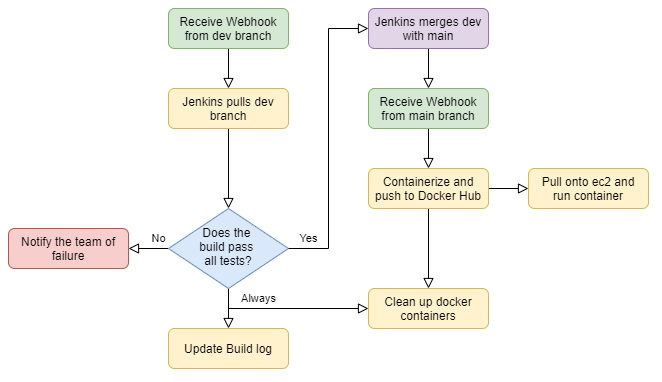
SaCut/eng84_final_CICD keeps this draw.io diagram as images/pipeline.png. Above is the earlier version. Source tidied: cells renumbered, new cells last; positions are measured from the earlier drawing's top-left corner, leaving out a move shared by most shapes. The source it was exported from:
```xml
<mxGraphModel>
  <root>
    <mxCell id="0" />
    <mxCell id="1" parent="0" />
    <mxCell id="2" value="No" style="edgeStyle=orthogonalEdgeStyle;rounded=0;html=1;jettySize=auto;fontSize=11;endArrow=block;endFill=0;endSize=8;strokeWidth=1;shadow=0;labelBackgroundColor=none;" parent="1" edge="1" source="5" target="6">
      <mxGeometry x="-0.5" y="-10" relative="1" as="geometry" />
    </mxCell>
    <mxCell id="3" value="Always" style="edgeStyle=orthogonalEdgeStyle;rounded=0;jettySize=auto;html=1;exitX=0.5;exitY=1;exitDx=0;exitDy=0;entryX=0;entryY=0.5;entryDx=0;entryDy=0;endArrow=block;endFill=0;endSize=8;" parent="1" edge="1" source="5" target="12">
      <mxGeometry x="-0.38" y="10" relative="1" as="geometry" />
    </mxCell>
    <mxCell id="4" style="edgeStyle=orthogonalEdgeStyle;rounded=0;jettySize=auto;html=1;exitX=0.5;exitY=1;exitDx=0;exitDy=0;entryX=0.5;entryY=0;entryDx=0;entryDy=0;endArrow=block;endFill=0;endSize=8;" parent="1" edge="1" source="5" target="21">
      <mxGeometry relative="1" as="geometry" />
    </mxCell>
    <mxCell id="5" value="Does the &lt;br&gt;build pass &lt;br&gt;all tests?" style="rhombus;whiteSpace=wrap;html=1;shadow=0;fontFamily=Helvetica;fontSize=12;align=center;strokeWidth=1;spacing=6;spacingTop=-4;fillColor=#dae8fc;strokeColor=#6c8ebf;" parent="1" vertex="1">
      <mxGeometry x="160" y="200" width="120" height="80" as="geometry" />
    </mxCell>
    <mxCell id="6" value="Notify the team of failure" style="rounded=1;whiteSpace=wrap;html=1;fontSize=12;glass=0;strokeWidth=1;shadow=0;fillColor=#f8cecc;strokeColor=#b85450;" parent="1" vertex="1">
      <mxGeometry y="220" width="120" height="40" as="geometry" />
    </mxCell>
    <mxCell id="7" value="Pull onto ec2 and&lt;br&gt;run container" style="rounded=1;whiteSpace=wrap;html=1;fontSize=12;glass=0;strokeWidth=1;shadow=0;fillColor=#fff2cc;strokeColor=#d6b656;" parent="1" vertex="1">
      <mxGeometry x="520" y="160" width="120" height="40" as="geometry" />
    </mxCell>
    <mxCell id="8" style="edgeStyle=orthogonalEdgeStyle;rounded=0;jettySize=auto;html=1;exitX=0.5;exitY=1;exitDx=0;exitDy=0;entryX=0.5;entryY=0;entryDx=0;entryDy=0;endSize=8;endArrow=block;endFill=0;" parent="1" edge="1" source="9" target="11">
      <mxGeometry relative="1" as="geometry" />
    </mxCell>
    <mxCell id="9" value="Receive Webhook from dev branch" style="rounded=1;whiteSpace=wrap;html=1;fontSize=12;glass=0;strokeWidth=1;shadow=0;fillColor=#d5e8d4;strokeColor=#82b366;" parent="1" vertex="1">
      <mxGeometry x="160" width="120" height="40" as="geometry" />
    </mxCell>
    <mxCell id="10" style="edgeStyle=orthogonalEdgeStyle;rounded=0;jettySize=auto;html=1;exitX=0.5;exitY=1;exitDx=0;exitDy=0;endArrow=block;endFill=0;endSize=8;" parent="1" edge="1" source="11" target="5">
      <mxGeometry relative="1" as="geometry" />
    </mxCell>
    <mxCell id="11" value="Jenkins pulls dev branch" style="rounded=1;whiteSpace=wrap;html=1;fontSize=12;glass=0;strokeWidth=1;shadow=0;fillColor=#fff2cc;strokeColor=#d6b656;" parent="1" vertex="1">
      <mxGeometry x="160" y="80" width="120" height="40" as="geometry" />
    </mxCell>
    <mxCell id="12" value="Clean up docker containers" style="rounded=1;whiteSpace=wrap;html=1;fontSize=12;glass=0;strokeWidth=1;shadow=0;fillColor=#fff2cc;strokeColor=#d6b656;" parent="1" vertex="1">
      <mxGeometry x="360" y="280" width="120" height="40" as="geometry" />
    </mxCell>
    <mxCell id="13" style="edgeStyle=orthogonalEdgeStyle;rounded=0;jettySize=auto;html=1;exitX=0.5;exitY=1;exitDx=0;exitDy=0;entryX=0.5;entryY=0;entryDx=0;entryDy=0;endArrow=block;endFill=0;endSize=8;" parent="1" edge="1" source="14" target="17">
      <mxGeometry relative="1" as="geometry" />
    </mxCell>
    <mxCell id="14" value="Jenkins merges dev with main" style="rounded=1;whiteSpace=wrap;html=1;fontSize=12;glass=0;strokeWidth=1;shadow=0;fillColor=#e1d5e7;strokeColor=#9673a6;" parent="1" vertex="1">
      <mxGeometry x="360" width="120" height="40" as="geometry" />
    </mxCell>
    <mxCell id="15" value="Yes" style="edgeStyle=orthogonalEdgeStyle;rounded=0;html=1;jettySize=auto;fontSize=11;endArrow=block;endFill=0;endSize=8;strokeWidth=1;shadow=0;labelBackgroundColor=none;exitX=1;exitY=0.5;exitDx=0;exitDy=0;entryX=0;entryY=0.5;entryDx=0;entryDy=0;" parent="1" edge="1" source="5" target="14">
      <mxGeometry x="-0.87" y="10" relative="1" as="geometry" />
    </mxCell>
    <mxCell id="16" style="edgeStyle=orthogonalEdgeStyle;rounded=0;jettySize=auto;html=1;exitX=0.5;exitY=1;exitDx=0;exitDy=0;entryX=0.5;entryY=0;entryDx=0;entryDy=0;endArrow=block;endFill=0;endSize=8;" parent="1" edge="1" source="17" target="20">
      <mxGeometry relative="1" as="geometry" />
    </mxCell>
    <mxCell id="17" value="Receive Webhook from main&amp;nbsp;branch" style="rounded=1;whiteSpace=wrap;html=1;fontSize=12;glass=0;strokeWidth=1;shadow=0;fillColor=#d5e8d4;strokeColor=#82b366;" parent="1" vertex="1">
      <mxGeometry x="360" y="80" width="120" height="40" as="geometry" />
    </mxCell>
    <mxCell id="18" style="edgeStyle=orthogonalEdgeStyle;rounded=0;jettySize=auto;html=1;exitX=1;exitY=0.5;exitDx=0;exitDy=0;endArrow=block;endFill=0;endSize=8;entryX=0;entryY=0.5;entryDx=0;entryDy=0;" parent="1" edge="1" source="20" target="7">
      <mxGeometry relative="1" as="geometry" />
    </mxCell>
    <mxCell id="19" style="edgeStyle=orthogonalEdgeStyle;rounded=0;jettySize=auto;html=1;exitX=0.5;exitY=1;exitDx=0;exitDy=0;entryX=0.5;entryY=0;entryDx=0;entryDy=0;endArrow=block;endFill=0;endSize=8;" parent="1" edge="1" source="20" target="12">
      <mxGeometry relative="1" as="geometry" />
    </mxCell>
    <mxCell id="20" value="Containerize and push to Docker Hub" style="rounded=1;whiteSpace=wrap;html=1;fontSize=12;glass=0;strokeWidth=1;shadow=0;fillColor=#fff2cc;strokeColor=#d6b656;" parent="1" vertex="1">
      <mxGeometry x="360" y="160" width="120" height="40" as="geometry" />
    </mxCell>
    <mxCell id="21" value="Update Build log" style="rounded=1;whiteSpace=wrap;html=1;fontSize=12;glass=0;strokeWidth=1;shadow=0;fillColor=#fff2cc;strokeColor=#d6b656;" parent="1" vertex="1">
      <mxGeometry x="160" y="320" width="120" height="40" as="geometry" />
    </mxCell>
  </root>
</mxGraphModel>
```
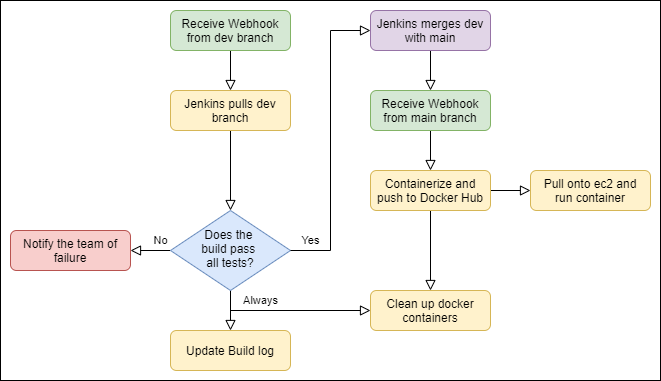
The same file after the commit.

The edit, as a diff of the source:
```diff
@@ -2,6 +2,9 @@
   <root>
     <mxCell id="0" />
     <mxCell id="1" parent="0" />
+    <mxCell id="22" style="rounded=0;whiteSpace=wrap;html=1;" parent="1" vertex="1">
+      <mxGeometry x="-10" y="-10" width="660" height="380" as="geometry" />
+    </mxCell>
     <mxCell id="2" value="No" style="edgeStyle=orthogonalEdgeStyle;rounded=0;html=1;jettySize=auto;fontSize=11;endArrow=block;endFill=0;endSize=8;strokeWidth=1;shadow=0;labelBackgroundColor=none;" parent="1" edge="1" source="5" target="6">
       <mxGeometry x="-0.5" y="-10" relative="1" as="geometry" />
     </mxCell>
```
